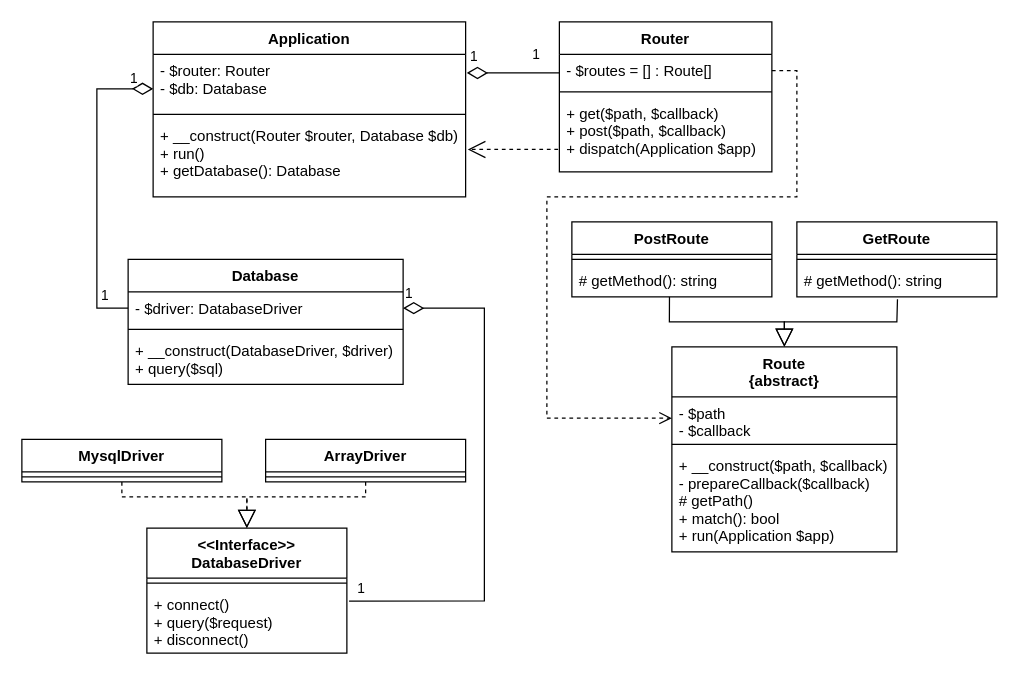
Earlier version of the draw.io diagram Untitled Diagram.drawio (Skydescent/git-new). Source tidied: cells renumbered, new cells numbered last; positions are measured from the earlier drawing's top-left corner, leaving out a move shared by most shapes. Both pictures are drawn from the tidied source at 125%, with x=0, y=0 at pixel (21, 21).
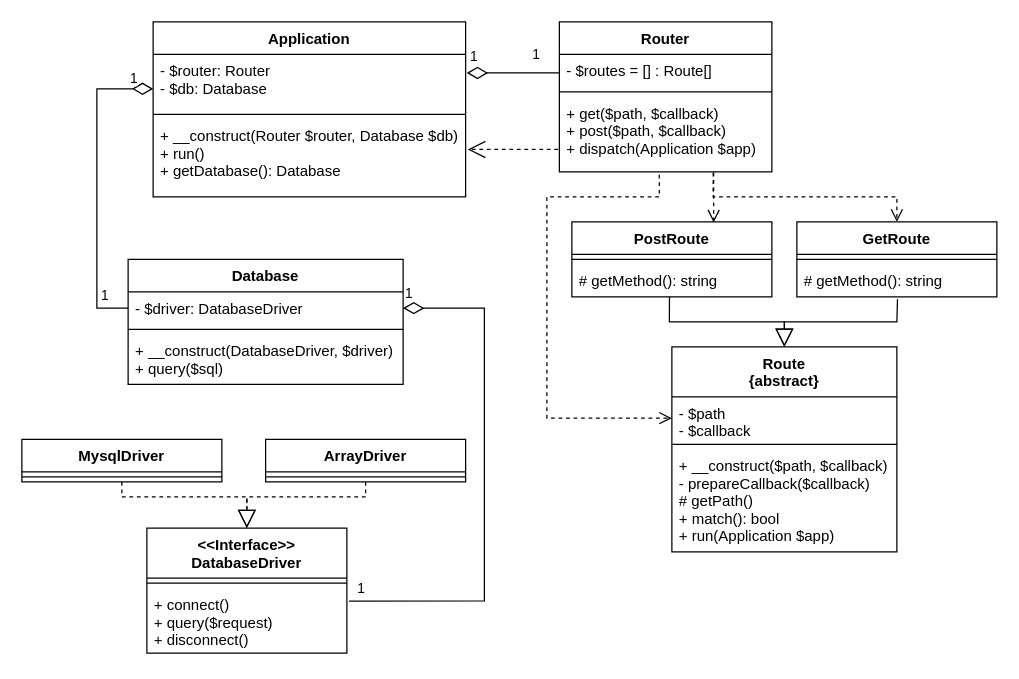
Above is the later version.

The change refers to these unchanged cells:
```xml
<mxCell id="13" value="- $routes = [] : Route[]" style="text;strokeColor=none;fillColor=none;align=left;verticalAlign=top;spacingLeft=4;spacingRight=4;overflow=hidden;points=[[0,0.5],[1,0.5]];portConstraint=eastwest;" parent="12" vertex="1">
  <mxGeometry y="26" width="170" height="26" as="geometry" />
</mxCell>
<mxCell id="15" value="+ get($path, $callback)&#10;+ post($path, $callback)&#10;+ dispatch(Application $app)&#10;&#10;" style="text;strokeColor=none;fillColor=none;align=left;verticalAlign=top;spacingLeft=4;spacingRight=4;overflow=hidden;points=[[0,0.5],[1,0.5]];portConstraint=eastwest;" parent="12" vertex="1">
  <mxGeometry y="60" width="170" height="60" as="geometry" />
</mxCell>
<mxCell id="20" value="GetRoute" style="swimlane;fontStyle=1;align=center;verticalAlign=top;horizontal=1;startSize=26;rounded=0;" parent="1" vertex="1">
  <mxGeometry x="620" y="160" width="160" height="60" as="geometry" />
</mxCell>
<mxCell id="23" value="PostRoute" style="swimlane;fontStyle=1;align=center;verticalAlign=top;horizontal=1;startSize=26;rounded=0;" parent="1" vertex="1">
  <mxGeometry x="440" y="160" width="160" height="60" as="geometry" />
</mxCell>
<mxCell id="32" value="- $path&#10;- $callback" style="text;strokeColor=none;fillColor=none;align=left;verticalAlign=top;spacingLeft=4;spacingRight=4;overflow=hidden;points=[[0,0.5],[1,0.5]];portConstraint=eastwest;" parent="31" vertex="1">
  <mxGeometry y="40" width="180" height="34" as="geometry" />
</mxCell>
```

The edit, as a diff of the source:
```diff
@@
-    <mxCell id="44" style="html=1;verticalAlign=bottom;endArrow=open;dashed=1;endSize=8;entryX=0;entryY=0.5;entryDx=0;entryDy=0;rounded=0;exitX=1;exitY=0.5;exitDx=0;exitDy=0;" parent="1" edge="1" source="13" target="32">
+    <mxCell id="44" style="html=1;verticalAlign=bottom;endArrow=open;dashed=1;endSize=8;entryX=0;entryY=0.5;entryDx=0;entryDy=0;rounded=0;exitX=0.47;exitY=1.039;exitDx=0;exitDy=0;exitPerimeter=0;" parent="1" edge="1" source="15" target="32">
       <mxGeometry relative="1" as="geometry">
         <Array as="points">
-          <mxPoint x="620" y="39" />
-          <mxPoint x="620" y="140" />
-          <mxPoint x="451" y="140" />
+          <mxPoint x="510" y="140" />
           <mxPoint x="420" y="140" />
           <mxPoint x="420" y="270" />
           <mxPoint x="420" y="317" />
         </Array>
       </mxGeometry>
     </mxCell>
+    <mxCell id="45" style="html=1;verticalAlign=bottom;endArrow=open;dashed=1;endSize=8;exitX=0.726;exitY=1.009;exitDx=0;exitDy=0;exitPerimeter=0;entryX=0.709;entryY=0.009;entryDx=0;entryDy=0;entryPerimeter=0;" parent="1" edge="1" source="15" target="23">
+      <mxGeometry relative="1" as="geometry" />
+    </mxCell>
+    <mxCell id="46" style="html=1;verticalAlign=bottom;endArrow=open;dashed=1;endSize=8;entryX=0.5;entryY=0;entryDx=0;entryDy=0;exitX=0.724;exitY=1.013;exitDx=0;exitDy=0;exitPerimeter=0;rounded=0;" parent="1" edge="1" source="15" target="20">
+      <mxGeometry relative="1" as="geometry">
+        <Array as="points">
+          <mxPoint x="553" y="140" />
+          <mxPoint x="700" y="140" />
+        </Array>
+      </mxGeometry>
+    </mxCell>
```
